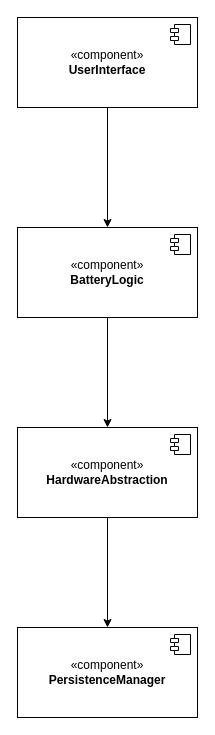
Arutogerudo/Batteriestandskontrolle_Rasierer keeps this draw.io diagram as Dokumentation/referenziert/Architektur/Komponentendiagramm.drawio. Above is the earlier version. Source tidied: cells renumbered, new cells numbered last; positions are measured from the earlier drawing's top-left corner, leaving out a move shared by most shapes. Both pictures are drawn from the tidied source at 100%, with x=0, y=0 at pixel (17, 17).
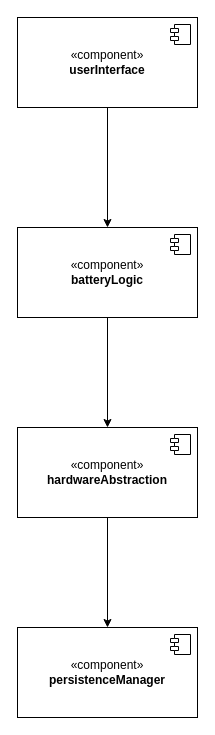
The same page after the edit.

What changed in the source:
```diff
@@
 <mxGraphModel>
   <root>
     <mxCell id="0" />
     <mxCell id="1" parent="0" />
     <mxCell id="2" style="edgeStyle=orthogonalEdgeStyle;rounded=0;jettySize=auto;html=1;exitX=0.5;exitY=1;exitDx=0;exitDy=0;entryX=0.5;entryY=0;entryDx=0;entryDy=0;" parent="1" edge="1" source="3" target="6">
       <mxGeometry relative="1" as="geometry" />
     </mxCell>
-    <mxCell id="3" value="«component»&lt;br&gt;&lt;b&gt;UserInterface&lt;/b&gt;" style="html=1;whiteSpace=wrap;" parent="1" vertex="1">
+    <mxCell id="3" value="«component»&lt;br&gt;&lt;b&gt;userInterface&lt;/b&gt;" style="html=1;whiteSpace=wrap;" parent="1" vertex="1">
       <mxGeometry width="180" height="90" as="geometry" />
     </mxCell>
     <mxCell id="4" style="shape=module;jettyWidth=8;jettyHeight=4;" parent="3" vertex="1">
       <mxGeometry x="1" width="20" height="20" relative="1" as="geometry">
         <mxPoint x="-27" y="7" as="offset" />
       </mxGeometry>
     </mxCell>
     <mxCell id="5" style="edgeStyle=orthogonalEdgeStyle;rounded=0;jettySize=auto;html=1;exitX=0.5;exitY=1;exitDx=0;exitDy=0;" parent="1" edge="1" source="6" target="9">
       <mxGeometry relative="1" as="geometry" />
     </mxCell>
-    <mxCell id="6" value="«component»&lt;br&gt;&lt;b&gt;BatteryLogic&lt;/b&gt;" style="html=1;whiteSpace=wrap;" parent="1" vertex="1">
+    <mxCell id="6" value="«component»&lt;br&gt;&lt;b&gt;batteryLogic&lt;/b&gt;" style="html=1;whiteSpace=wrap;" parent="1" vertex="1">
       <mxGeometry y="210" width="180" height="90" as="geometry" />
     </mxCell>
     <mxCell id="7" style="shape=module;jettyWidth=8;jettyHeight=4;" parent="6" vertex="1">
       <mxGeometry x="1" width="20" height="20" relative="1" as="geometry">
         <mxPoint x="-27" y="7" as="offset" />
       </mxGeometry>
     </mxCell>
     <mxCell id="8" style="edgeStyle=orthogonalEdgeStyle;rounded=0;jettySize=auto;html=1;exitX=0.5;exitY=1;exitDx=0;exitDy=0;" parent="1" edge="1" source="9" target="11">
       <mxGeometry relative="1" as="geometry" />
     </mxCell>
-    <mxCell id="9" value="«component»&lt;br&gt;&lt;b&gt;HardwareAbstraction&lt;/b&gt;" style="html=1;whiteSpace=wrap;" parent="1" vertex="1">
+    <mxCell id="9" value="«component»&lt;br&gt;&lt;b&gt;hardwareAbstraction&lt;/b&gt;" style="html=1;whiteSpace=wrap;" parent="1" vertex="1">
       <mxGeometry y="410" width="180" height="90" as="geometry" />
     </mxCell>
     <mxCell id="10" style="shape=module;jettyWidth=8;jettyHeight=4;" parent="9" vertex="1">
       <mxGeometry x="1" width="20" height="20" relative="1" as="geometry">
         <mxPoint x="-27" y="7" as="offset" />
       </mxGeometry>
     </mxCell>
-    <mxCell id="11" value="«component»&lt;br&gt;&lt;b&gt;PersistenceManager&lt;/b&gt;" style="html=1;whiteSpace=wrap;" parent="1" vertex="1">
+    <mxCell id="11" value="«component»&lt;br&gt;&lt;b&gt;persistenceManager&lt;/b&gt;" style="html=1;whiteSpace=wrap;" parent="1" vertex="1">
       <mxGeometry y="610" width="180" height="90" as="geometry" />
     </mxCell>
     <mxCell id="12" style="shape=module;jettyWidth=8;jettyHeight=4;" parent="11" vertex="1">
       <mxGeometry x="1" width="20" height="20" relative="1" as="geometry">
         <mxPoint x="-27" y="7" as="offset" />
       </mxGeometry>
     </mxCell>
   </root>
 </mxGraphModel>
```
